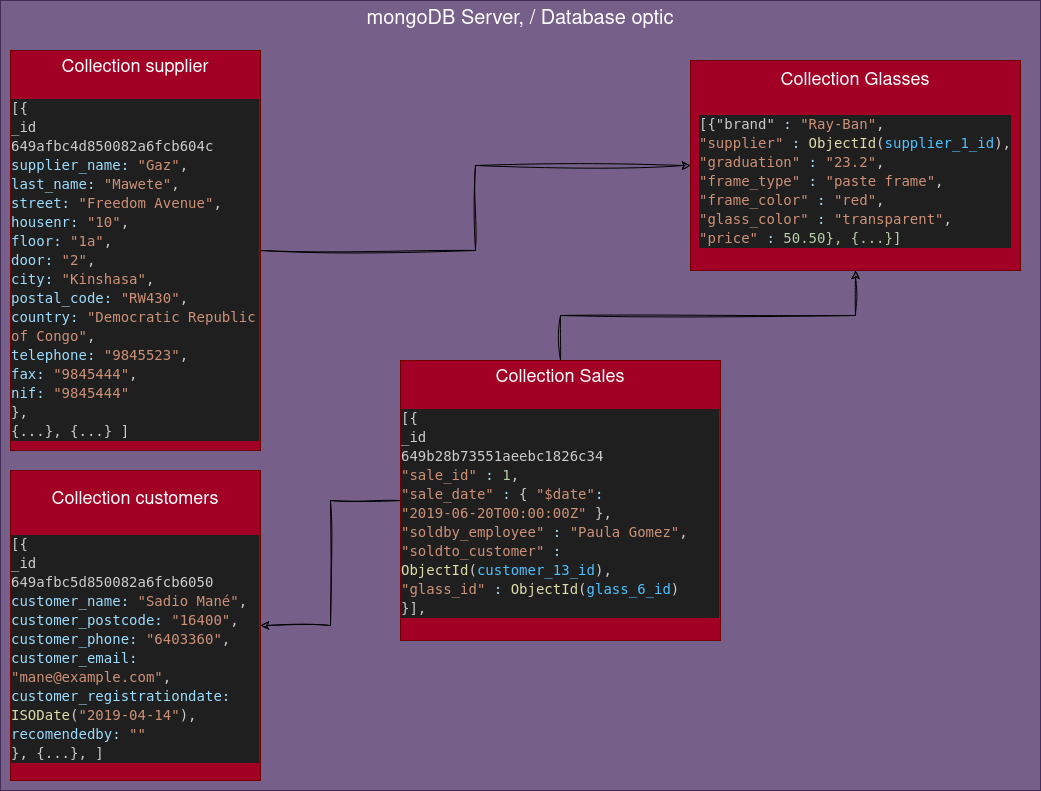
Above: opticMongoDb.drawio.png in OllinDesigns/Databases-Mongo-and-mySql (draw.io), before the change. Source tidied: cells renumbered, new cells last; positions are measured from the earlier drawing's top-left corner, leaving out a move shared by most shapes.
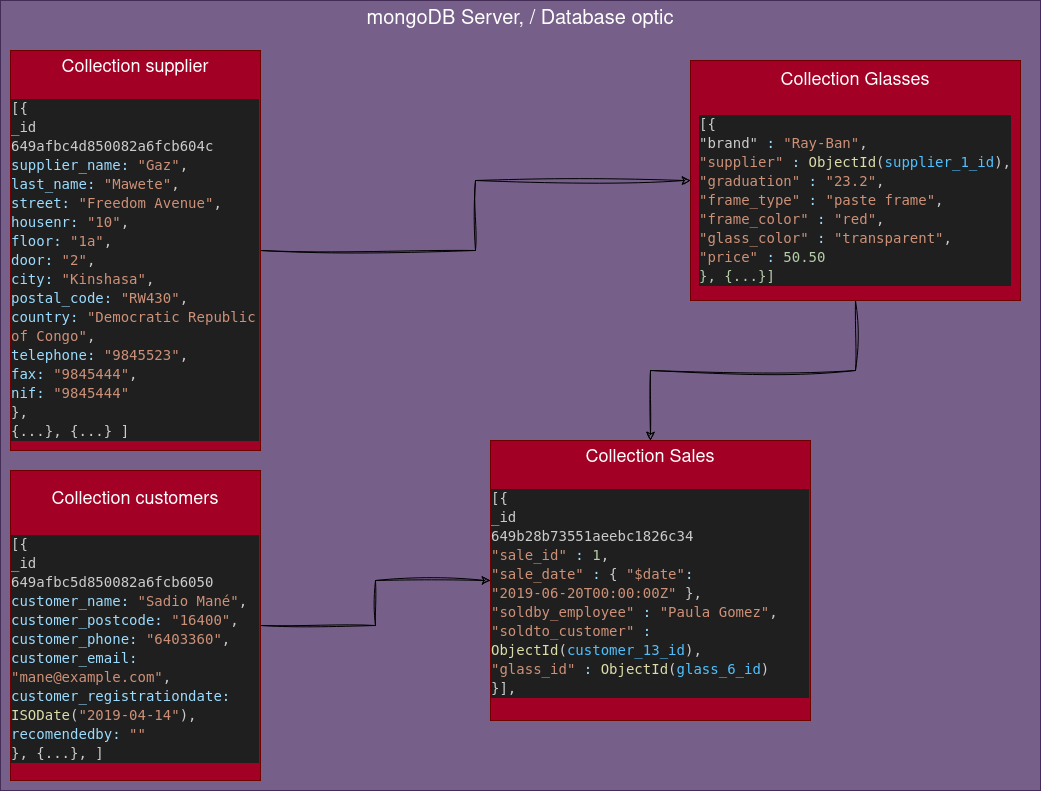
After the change.

The edit, as a diff of the source:
```diff
@@ -13,2 +13,5 @@
     </mxCell>
+    <mxCell id="10" style="edgeStyle=orthogonalEdgeStyle;rounded=0;sketch=1;hachureGap=4;jiggle=2;curveFitting=1;jettySize=auto;html=1;fontFamily=Architects Daughter;fontSource=https%3A%2F%2Ffonts.googleapis.com%2Fcss%3Ffamily%3DArchitects%2BDaughter;fontSize=16;" parent="1" edge="1" source="5" target="8">
+      <mxGeometry relative="1" as="geometry" />
+    </mxCell>
     <mxCell id="5" value="&lt;div style=&quot;font-size: 18px;&quot;&gt;&lt;font style=&quot;font-size: 18px;&quot; face=&quot;Helvetica&quot;&gt;Collection customers&lt;br&gt;&lt;/font&gt;&lt;/div&gt;&lt;div&gt;&lt;font face=&quot;Helvetica&quot;&gt;&lt;br&gt;&lt;/font&gt;&lt;/div&gt;&lt;div align=&quot;left&quot;&gt;&lt;div style=&quot;color: rgb(204, 204, 204); background-color: rgb(31, 31, 31); font-family: &amp;quot;Droid Sans Mono&amp;quot;, &amp;quot;monospace&amp;quot;, monospace; font-weight: normal; font-size: 14px; line-height: 19px;&quot;&gt;&lt;div&gt;[&lt;span style=&quot;color: #cccccc;&quot;&gt;{&lt;/span&gt;&lt;/div&gt;&lt;div&gt;&lt;div class=&quot;leafygreen-ui-egy90n&quot;&gt;&lt;/div&gt;&lt;div class=&quot;leafygreen-ui-14hsja9&quot;&gt;_id&lt;/div&gt;&lt;div&gt;&lt;div class=&quot;element-value element-value-is-objectid leafygreen-ui-1acu1m1&quot; title=&quot;649afbc5d850082a6fcb6050&quot;&gt;&lt;/div&gt;&lt;/div&gt;649afbc5d850082a6fcb6050&lt;/div&gt;&lt;div&gt;&lt;span style=&quot;color: #cccccc;&quot;&gt;        &lt;/span&gt;&lt;span style=&quot;color: #9cdcfe;&quot;&gt;customer_name&lt;/span&gt;&lt;span style=&quot;color: #9cdcfe;&quot;&gt;:&lt;/span&gt;&lt;span style=&quot;color: #cccccc;&quot;&gt; &lt;/span&gt;&lt;span style=&quot;color: #ce9178;&quot;&gt;&quot;Sadio Mané&quot;&lt;/span&gt;&lt;span style=&quot;color: #cccccc;&quot;&gt;,&lt;/span&gt;&lt;/div&gt;&lt;div&gt;&lt;span style=&quot;color: #cccccc;&quot;&gt;        &lt;/span&gt;&lt;span style=&quot;color: #9cdcfe;&quot;&gt;customer_postcode&lt;/span&gt;&lt;span style=&quot;color: #9cdcfe;&quot;&gt;:&lt;/span&gt;&lt;span style=&quot;color: #cccccc;&quot;&gt; &lt;/span&gt;&lt;span style=&quot;color: #ce9178;&quot;&gt;&quot;16400&quot;&lt;/span&gt;&lt;span style=&quot;color: #cccccc;&quot;&gt;,&lt;/span&gt;&lt;/div&gt;&lt;div&gt;&lt;span style=&quot;color: #cccccc;&quot;&gt;        &lt;/span&gt;&lt;span style=&quot;color: #9cdcfe;&quot;&gt;customer_phone&lt;/span&gt;&lt;span style=&quot;color: #9cdcfe;&quot;&gt;:&lt;/span&gt;&lt;span style=&quot;color: #cccccc;&quot;&gt; &lt;/span&gt;&lt;span style=&quot;color: #ce9178;&quot;&gt;&quot;6403360&quot;&lt;/span&gt;&lt;span style=&quot;color: #cccccc;&quot;&gt;,&lt;/span&gt;&lt;/div&gt;&lt;div&gt;&lt;span style=&quot;color: #cccccc;&quot;&gt;        &lt;/span&gt;&lt;span style=&quot;color: #9cdcfe;&quot;&gt;customer_email&lt;/span&gt;&lt;span style=&quot;color: #9cdcfe;&quot;&gt;:&lt;/span&gt;&lt;span style=&quot;color: #cccccc;&quot;&gt; &lt;/span&gt;&lt;span style=&quot;color: #ce9178;&quot;&gt;&quot;mane@example.com&quot;&lt;/span&gt;&lt;span style=&quot;color: #cccccc;&quot;&gt;,&lt;/span&gt;&lt;/div&gt;&lt;div&gt;&lt;span style=&quot;color: #cccccc;&quot;&gt;        &lt;/span&gt;&lt;span style=&quot;color: #9cdcfe;&quot;&gt;customer_registrationdate&lt;/span&gt;&lt;span style=&quot;color: #9cdcfe;&quot;&gt;:&lt;/span&gt;&lt;span style=&quot;color: #cccccc;&quot;&gt; &lt;/span&gt;&lt;span style=&quot;color: #dcdcaa;&quot;&gt;ISODate&lt;/span&gt;&lt;span style=&quot;color: #cccccc;&quot;&gt;(&lt;/span&gt;&lt;span style=&quot;color: #ce9178;&quot;&gt;&quot;2019-04-14&quot;&lt;/span&gt;&lt;span style=&quot;color: #cccccc;&quot;&gt;),&lt;/span&gt;&lt;/div&gt;&lt;div&gt;&lt;span style=&quot;color: #cccccc;&quot;&gt;        &lt;/span&gt;&lt;span style=&quot;color: #9cdcfe;&quot;&gt;recomendedby&lt;/span&gt;&lt;span style=&quot;color: #9cdcfe;&quot;&gt;:&lt;/span&gt;&lt;span style=&quot;color: #cccccc;&quot;&gt; &lt;/span&gt;&lt;span style=&quot;color: #ce9178;&quot;&gt;&quot;&quot;&lt;/span&gt;&lt;/div&gt;&lt;div&gt;&lt;span style=&quot;color: #cccccc;&quot;&gt;      }, {...}, ]&lt;br&gt;&lt;/span&gt;&lt;/div&gt;&lt;/div&gt;&lt;/div&gt;" style="rounded=0;whiteSpace=wrap;html=1;hachureGap=4;fontFamily=Architects Daughter;fontSource=https%3A%2F%2Ffonts.googleapis.com%2Fcss%3Ffamily%3DArchitects%2BDaughter;fontSize=20;fillColor=#a20025;fontColor=#ffffff;strokeColor=#6F0000;glass=0;" parent="1" vertex="1">
@@ -16,13 +19,10 @@
     </mxCell>
-    <mxCell id="6" style="edgeStyle=orthogonalEdgeStyle;rounded=0;sketch=1;hachureGap=4;jiggle=2;curveFitting=1;jettySize=auto;html=1;fontFamily=Architects Daughter;fontSource=https%3A%2F%2Ffonts.googleapis.com%2Fcss%3Ffamily%3DArchitects%2BDaughter;fontSize=16;" parent="1" edge="1" source="8" target="5">
-      <mxGeometry relative="1" as="geometry" />
-    </mxCell>
-    <mxCell id="7" style="edgeStyle=orthogonalEdgeStyle;rounded=0;sketch=1;hachureGap=4;jiggle=2;curveFitting=1;jettySize=auto;html=1;fontFamily=Architects Daughter;fontSource=https%3A%2F%2Ffonts.googleapis.com%2Fcss%3Ffamily%3DArchitects%2BDaughter;fontSize=16;" parent="1" edge="1" source="8" target="9">
-      <mxGeometry relative="1" as="geometry" />
-    </mxCell>
     <mxCell id="8" value="&lt;div&gt;&lt;font style=&quot;font-size: 17px;&quot;&gt;&lt;font style=&quot;font-size: 18px;&quot;&gt;Collection Sales&lt;/font&gt;&lt;/font&gt;&lt;/div&gt;&lt;div&gt;&lt;font style=&quot;font-size: 17px;&quot;&gt;&lt;br&gt;&lt;/font&gt;&lt;/div&gt;&lt;div align=&quot;left&quot;&gt;&lt;div style=&quot;color: rgb(204, 204, 204); background-color: rgb(31, 31, 31); font-family: &amp;quot;Droid Sans Mono&amp;quot;, &amp;quot;monospace&amp;quot;, monospace; font-weight: normal; font-size: 14px; line-height: 19px;&quot;&gt;&lt;div&gt;[&lt;span style=&quot;color: #cccccc;&quot;&gt;{&lt;/span&gt;&lt;/div&gt;&lt;div&gt;&lt;div class=&quot;leafygreen-ui-egy90n&quot;&gt;&lt;/div&gt;&lt;div class=&quot;leafygreen-ui-14hsja9&quot;&gt;_id&lt;/div&gt;&lt;div&gt;&lt;div class=&quot;element-value element-value-is-objectid leafygreen-ui-1acu1m1&quot; title=&quot;649b28b73551aeebc1826c34&quot;&gt;&lt;/div&gt;&lt;/div&gt;649b28b73551aeebc1826c34&lt;/div&gt;&lt;div&gt;&lt;span style=&quot;color: #cccccc;&quot;&gt;            &lt;/span&gt;&lt;span style=&quot;color: #ce9178;&quot;&gt;&quot;sale_id&quot;&lt;/span&gt;&lt;span style=&quot;color: #9cdcfe;&quot;&gt; :&lt;/span&gt;&lt;span style=&quot;color: #cccccc;&quot;&gt; &lt;/span&gt;&lt;span style=&quot;color: #b5cea8;&quot;&gt;1&lt;/span&gt;&lt;span style=&quot;color: #cccccc;&quot;&gt;,&lt;/span&gt;&lt;/div&gt;&lt;div&gt;&lt;span style=&quot;color: #cccccc;&quot;&gt;            &lt;/span&gt;&lt;span style=&quot;color: #ce9178;&quot;&gt;&quot;sale_date&quot;&lt;/span&gt;&lt;span style=&quot;color: #9cdcfe;&quot;&gt; :&lt;/span&gt;&lt;span style=&quot;color: #cccccc;&quot;&gt; { &lt;/span&gt;&lt;span style=&quot;color: #ce9178;&quot;&gt;&quot;$date&quot;&lt;/span&gt;&lt;span style=&quot;color: #9cdcfe;&quot;&gt;:&lt;/span&gt;&lt;span style=&quot;color: #cccccc;&quot;&gt; &lt;/span&gt;&lt;span style=&quot;color: #ce9178;&quot;&gt;&quot;2019-06-20T00:00:00Z&quot;&lt;/span&gt;&lt;span style=&quot;color: #cccccc;&quot;&gt; },&lt;/span&gt;&lt;/div&gt;&lt;div&gt;&lt;span style=&quot;color: #cccccc;&quot;&gt;            &lt;/span&gt;&lt;span style=&quot;color: #ce9178;&quot;&gt;&quot;soldby_employee&quot;&lt;/span&gt;&lt;span style=&quot;color: #9cdcfe;&quot;&gt; :&lt;/span&gt;&lt;span style=&quot;color: #cccccc;&quot;&gt; &lt;/span&gt;&lt;span style=&quot;color: #ce9178;&quot;&gt;&quot;Paula Gomez&quot;&lt;/span&gt;&lt;span style=&quot;color: #cccccc;&quot;&gt;,&lt;/span&gt;&lt;/div&gt;&lt;div&gt;&lt;span style=&quot;color: #cccccc;&quot;&gt;            &lt;/span&gt;&lt;span style=&quot;color: #ce9178;&quot;&gt;&quot;soldto_customer&quot;&lt;/span&gt;&lt;span style=&quot;color: #9cdcfe;&quot;&gt; :&lt;/span&gt;&lt;span style=&quot;color: #cccccc;&quot;&gt; &lt;/span&gt;&lt;span style=&quot;color: #dcdcaa;&quot;&gt;ObjectId&lt;/span&gt;&lt;span style=&quot;color: #cccccc;&quot;&gt;(&lt;/span&gt;&lt;span style=&quot;color: #4fc1ff;&quot;&gt;customer_13_id&lt;/span&gt;&lt;span style=&quot;color: #cccccc;&quot;&gt;),&lt;/span&gt;&lt;/div&gt;&lt;div&gt;&lt;span style=&quot;color: #cccccc;&quot;&gt;            &lt;/span&gt;&lt;span style=&quot;color: #ce9178;&quot;&gt;&quot;glass_id&quot;&lt;/span&gt;&lt;span style=&quot;color: #9cdcfe;&quot;&gt; :&lt;/span&gt;&lt;span style=&quot;color: #cccccc;&quot;&gt; &lt;/span&gt;&lt;span style=&quot;color: #dcdcaa;&quot;&gt;ObjectId&lt;/span&gt;&lt;span style=&quot;color: #cccccc;&quot;&gt;(&lt;/span&gt;&lt;span style=&quot;color: #4fc1ff;&quot;&gt;glass_6_id&lt;/span&gt;&lt;span style=&quot;color: #cccccc;&quot;&gt;)&lt;/span&gt;&lt;/div&gt;&lt;div&gt;&lt;span style=&quot;color: #cccccc;&quot;&gt;        }],&lt;/span&gt;&lt;/div&gt;&lt;/div&gt;&lt;/div&gt;" style="rounded=0;whiteSpace=wrap;html=1;fillColor=#a20025;fontColor=#ffffff;strokeColor=#6F0000;verticalAlign=top;" parent="1" vertex="1">
-      <mxGeometry x="400" y="360" width="320" height="280" as="geometry" />
+      <mxGeometry x="490" y="440" width="320" height="280" as="geometry" />
     </mxCell>
+    <mxCell id="11" style="edgeStyle=orthogonalEdgeStyle;rounded=0;sketch=1;hachureGap=4;jiggle=2;curveFitting=1;jettySize=auto;html=1;fontFamily=Architects Daughter;fontSource=https%3A%2F%2Ffonts.googleapis.com%2Fcss%3Ffamily%3DArchitects%2BDaughter;fontSize=16;" parent="1" edge="1" source="9" target="8">
+      <mxGeometry relative="1" as="geometry" />
+    </mxCell>
-    <mxCell id="9" value="&lt;div&gt;&lt;font style=&quot;font-size: 18px;&quot; face=&quot;Helvetica&quot;&gt;Collection Glasses&lt;br&gt;&lt;/font&gt;&lt;/div&gt;&lt;div&gt;&lt;br&gt;&lt;div style=&quot;color: rgb(204, 204, 204); background-color: rgb(31, 31, 31); font-family: &amp;quot;Droid Sans Mono&amp;quot;, &amp;quot;monospace&amp;quot;, monospace; font-weight: normal; font-size: 14px; line-height: 19px;&quot; align=&quot;left&quot;&gt;&lt;div&gt;[{&quot;brand&quot;&lt;span style=&quot;color: #9cdcfe;&quot;&gt; :&lt;/span&gt;&lt;span style=&quot;color: #cccccc;&quot;&gt; &lt;/span&gt;&lt;span style=&quot;color: #ce9178;&quot;&gt;&quot;Ray-Ban&quot;&lt;/span&gt;&lt;span style=&quot;color: #cccccc;&quot;&gt;,&lt;/span&gt;&lt;/div&gt;&lt;div&gt;&lt;span style=&quot;color: #cccccc;&quot;&gt;      &lt;/span&gt;&lt;span style=&quot;color: #ce9178;&quot;&gt;&quot;supplier&quot;&lt;/span&gt;&lt;span style=&quot;color: #9cdcfe;&quot;&gt; :&lt;/span&gt;&lt;span style=&quot;color: #cccccc;&quot;&gt; &lt;/span&gt;&lt;span style=&quot;color: #dcdcaa;&quot;&gt;ObjectId&lt;/span&gt;&lt;span style=&quot;color: #cccccc;&quot;&gt;(&lt;/span&gt;&lt;span style=&quot;color: #4fc1ff;&quot;&gt;supplier_1_id&lt;/span&gt;&lt;span style=&quot;color: #cccccc;&quot;&gt;),&lt;/span&gt;&lt;/div&gt;&lt;div&gt;&lt;span style=&quot;color: #cccccc;&quot;&gt;      &lt;/span&gt;&lt;span style=&quot;color: #ce9178;&quot;&gt;&quot;graduation&quot;&lt;/span&gt;&lt;span style=&quot;color: #9cdcfe;&quot;&gt; :&lt;/span&gt;&lt;span style=&quot;color: #cccccc;&quot;&gt; &lt;/span&gt;&lt;span style=&quot;color: #ce9178;&quot;&gt;&quot;23.2&quot;&lt;/span&gt;&lt;span style=&quot;color: #cccccc;&quot;&gt;,&lt;/span&gt;&lt;/div&gt;&lt;div&gt;&lt;span style=&quot;color: #cccccc;&quot;&gt;      &lt;/span&gt;&lt;span style=&quot;color: #ce9178;&quot;&gt;&quot;frame_type&quot;&lt;/span&gt;&lt;span style=&quot;color: #9cdcfe;&quot;&gt; :&lt;/span&gt;&lt;span style=&quot;color: #cccccc;&quot;&gt; &lt;/span&gt;&lt;span style=&quot;color: #ce9178;&quot;&gt;&quot;paste frame&quot;&lt;/span&gt;&lt;span style=&quot;color: #cccccc;&quot;&gt;,&lt;/span&gt;&lt;/div&gt;&lt;div&gt;&lt;span style=&quot;color: #cccccc;&quot;&gt;      &lt;/span&gt;&lt;span style=&quot;color: #ce9178;&quot;&gt;&quot;frame_color&quot;&lt;/span&gt;&lt;span style=&quot;color: #9cdcfe;&quot;&gt; :&lt;/span&gt;&lt;span style=&quot;color: #cccccc;&quot;&gt; &lt;/span&gt;&lt;span style=&quot;color: #ce9178;&quot;&gt;&quot;red&quot;&lt;/span&gt;&lt;span style=&quot;color: #cccccc;&quot;&gt;,&lt;/span&gt;&lt;/div&gt;&lt;div&gt;&lt;span style=&quot;color: #cccccc;&quot;&gt;      &lt;/span&gt;&lt;span style=&quot;color: #ce9178;&quot;&gt;&quot;glass_color&quot;&lt;/span&gt;&lt;span style=&quot;color: #9cdcfe;&quot;&gt; :&lt;/span&gt;&lt;span style=&quot;color: #cccccc;&quot;&gt; &lt;/span&gt;&lt;span style=&quot;color: #ce9178;&quot;&gt;&quot;transparent&quot;&lt;/span&gt;&lt;span style=&quot;color: #cccccc;&quot;&gt;,&lt;/span&gt;&lt;/div&gt;&lt;div&gt;&lt;span style=&quot;color: #cccccc;&quot;&gt;      &lt;/span&gt;&lt;span style=&quot;color: #ce9178;&quot;&gt;&quot;price&quot;&lt;/span&gt;&lt;span style=&quot;color: #9cdcfe;&quot;&gt; :&lt;/span&gt;&lt;span style=&quot;color: #cccccc;&quot;&gt; &lt;/span&gt;&lt;span style=&quot;color: #b5cea8;&quot;&gt;50.50}, {...}]&lt;br&gt;&lt;/span&gt;&lt;/div&gt;&lt;/div&gt;&lt;/div&gt;" style="rounded=0;whiteSpace=wrap;html=1;hachureGap=4;fontFamily=Architects Daughter;fontSource=https%3A%2F%2Ffonts.googleapis.com%2Fcss%3Ffamily%3DArchitects%2BDaughter;fontSize=20;fillColor=#a20025;fontColor=#ffffff;strokeColor=#6F0000;verticalAlign=top;" parent="1" vertex="1">
-      <mxGeometry x="690" y="60" width="330" height="210" as="geometry" />
+    <mxCell id="9" value="&lt;div&gt;&lt;font style=&quot;font-size: 18px;&quot; face=&quot;Helvetica&quot;&gt;Collection Glasses&lt;br&gt;&lt;/font&gt;&lt;/div&gt;&lt;div&gt;&lt;br&gt;&lt;div style=&quot;color: rgb(204, 204, 204); background-color: rgb(31, 31, 31); font-family: &amp;quot;Droid Sans Mono&amp;quot;, &amp;quot;monospace&amp;quot;, monospace; font-weight: normal; font-size: 14px; line-height: 19px;&quot; align=&quot;left&quot;&gt;&lt;div&gt;[{&lt;/div&gt;&lt;div&gt;&quot;brand&quot;&lt;span style=&quot;color: #9cdcfe;&quot;&gt; :&lt;/span&gt;&lt;span style=&quot;color: #cccccc;&quot;&gt; &lt;/span&gt;&lt;span style=&quot;color: #ce9178;&quot;&gt;&quot;Ray-Ban&quot;&lt;/span&gt;&lt;span style=&quot;color: #cccccc;&quot;&gt;,&lt;/span&gt;&lt;/div&gt;&lt;div&gt;&lt;span style=&quot;color: #cccccc;&quot;&gt;      &lt;/span&gt;&lt;span style=&quot;color: #ce9178;&quot;&gt;&quot;supplier&quot;&lt;/span&gt;&lt;span style=&quot;color: #9cdcfe;&quot;&gt; :&lt;/span&gt;&lt;span style=&quot;color: #cccccc;&quot;&gt; &lt;/span&gt;&lt;span style=&quot;color: #dcdcaa;&quot;&gt;ObjectId&lt;/span&gt;&lt;span style=&quot;color: #cccccc;&quot;&gt;(&lt;/span&gt;&lt;span style=&quot;color: #4fc1ff;&quot;&gt;supplier_1_id&lt;/span&gt;&lt;span style=&quot;color: #cccccc;&quot;&gt;),&lt;/span&gt;&lt;/div&gt;&lt;div&gt;&lt;span style=&quot;color: #cccccc;&quot;&gt;      &lt;/span&gt;&lt;span style=&quot;color: #ce9178;&quot;&gt;&quot;graduation&quot;&lt;/span&gt;&lt;span style=&quot;color: #9cdcfe;&quot;&gt; :&lt;/span&gt;&lt;span style=&quot;color: #cccccc;&quot;&gt; &lt;/span&gt;&lt;span style=&quot;color: #ce9178;&quot;&gt;&quot;23.2&quot;&lt;/span&gt;&lt;span style=&quot;color: #cccccc;&quot;&gt;,&lt;/span&gt;&lt;/div&gt;&lt;div&gt;&lt;span style=&quot;color: #cccccc;&quot;&gt;      &lt;/span&gt;&lt;span style=&quot;color: #ce9178;&quot;&gt;&quot;frame_type&quot;&lt;/span&gt;&lt;span style=&quot;color: #9cdcfe;&quot;&gt; :&lt;/span&gt;&lt;span style=&quot;color: #cccccc;&quot;&gt; &lt;/span&gt;&lt;span style=&quot;color: #ce9178;&quot;&gt;&quot;paste frame&quot;&lt;/span&gt;&lt;span style=&quot;color: #cccccc;&quot;&gt;,&lt;/span&gt;&lt;/div&gt;&lt;div&gt;&lt;span style=&quot;color: #cccccc;&quot;&gt;      &lt;/span&gt;&lt;span style=&quot;color: #ce9178;&quot;&gt;&quot;frame_color&quot;&lt;/span&gt;&lt;span style=&quot;color: #9cdcfe;&quot;&gt; :&lt;/span&gt;&lt;span style=&quot;color: #cccccc;&quot;&gt; &lt;/span&gt;&lt;span style=&quot;color: #ce9178;&quot;&gt;&quot;red&quot;&lt;/span&gt;&lt;span style=&quot;color: #cccccc;&quot;&gt;,&lt;/span&gt;&lt;/div&gt;&lt;div&gt;&lt;span style=&quot;color: #cccccc;&quot;&gt;      &lt;/span&gt;&lt;span style=&quot;color: #ce9178;&quot;&gt;&quot;glass_color&quot;&lt;/span&gt;&lt;span style=&quot;color: #9cdcfe;&quot;&gt; :&lt;/span&gt;&lt;span style=&quot;color: #cccccc;&quot;&gt; &lt;/span&gt;&lt;span style=&quot;color: #ce9178;&quot;&gt;&quot;transparent&quot;&lt;/span&gt;&lt;span style=&quot;color: #cccccc;&quot;&gt;,&lt;/span&gt;&lt;/div&gt;&lt;div&gt;&lt;span style=&quot;color: #cccccc;&quot;&gt;      &lt;/span&gt;&lt;span style=&quot;color: #ce9178;&quot;&gt;&quot;price&quot;&lt;/span&gt;&lt;span style=&quot;color: #9cdcfe;&quot;&gt; :&lt;/span&gt;&lt;span style=&quot;color: #cccccc;&quot;&gt; &lt;/span&gt;&lt;span style=&quot;color: #b5cea8;&quot;&gt;50.50&lt;/span&gt;&lt;/div&gt;&lt;div&gt;&lt;span style=&quot;color: #b5cea8;&quot;&gt;}, {...}]&lt;br&gt;&lt;/span&gt;&lt;/div&gt;&lt;/div&gt;&lt;/div&gt;" style="rounded=0;whiteSpace=wrap;html=1;hachureGap=4;fontFamily=Architects Daughter;fontSource=https%3A%2F%2Ffonts.googleapis.com%2Fcss%3Ffamily%3DArchitects%2BDaughter;fontSize=20;fillColor=#a20025;fontColor=#ffffff;strokeColor=#6F0000;verticalAlign=top;" parent="1" vertex="1">
+      <mxGeometry x="690" y="60" width="330" height="240" as="geometry" />
     </mxCell>
```
